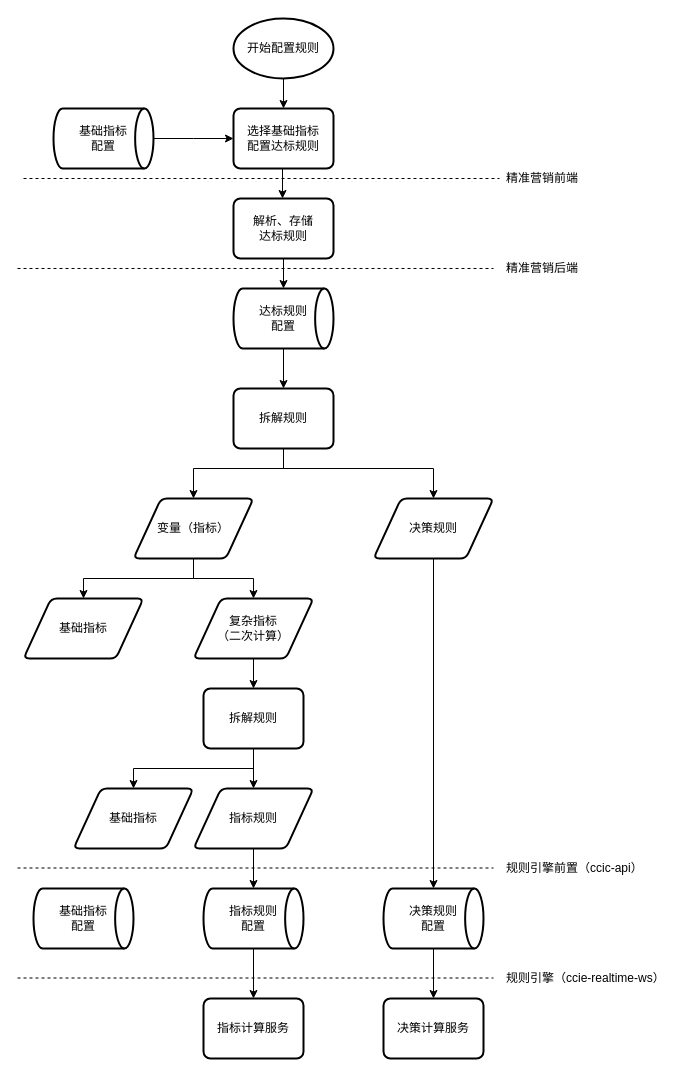
Above: page "Page-5" (5 of 8) of 数据中台.drawio in michael0817/wing (draw.io), before the change. Source tidied: cells renumbered, new cells numbered last; positions are measured from the earlier drawing's top-left corner, leaving out a move shared by most shapes. Both pictures are drawn from the tidied source at 100%, with x=0, y=0 at pixel (17, 18).
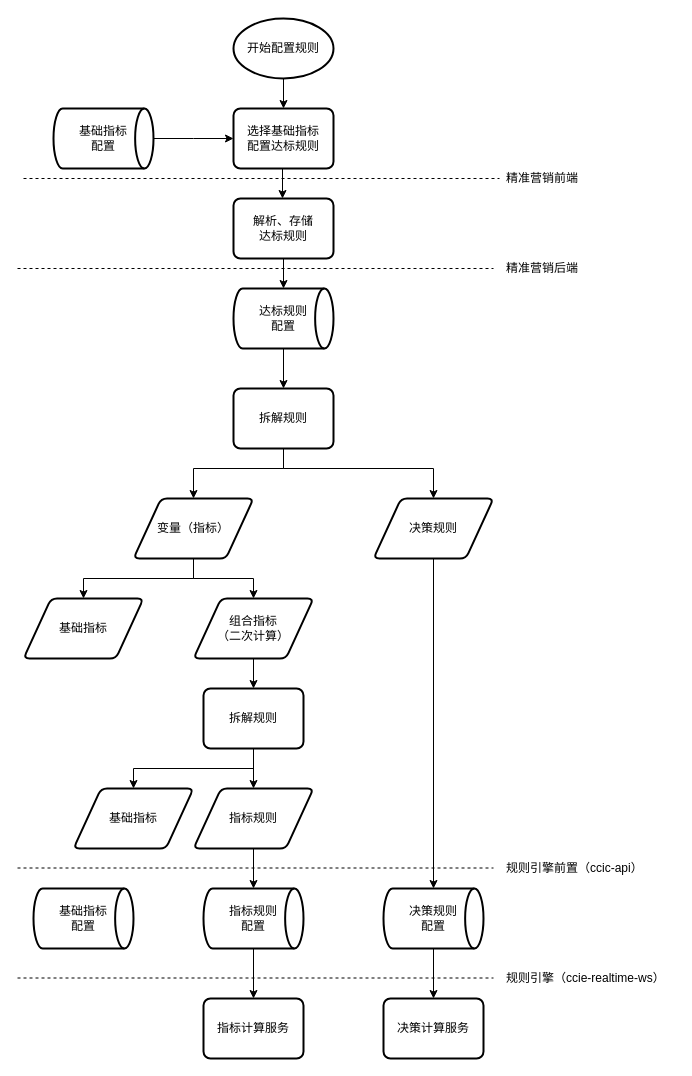
Above is the later version.

Diff of the diagram source:
```diff
@@
-    <mxCell id="14" value="复杂指标&lt;br&gt;（二次计算）" style="shape=parallelogram;html=1;strokeWidth=2;perimeter=parallelogramPerimeter;whiteSpace=wrap;rounded=1;arcSize=12;size=0.23;" parent="1" vertex="1">
+    <mxCell id="14" value="组合指标&lt;br&gt;（二次计算）" style="shape=parallelogram;html=1;strokeWidth=2;perimeter=parallelogramPerimeter;whiteSpace=wrap;rounded=1;arcSize=12;size=0.23;" parent="1" vertex="1">
       <mxGeometry x="176" y="580" width="120" height="60" as="geometry" />
     </mxCell>
```
